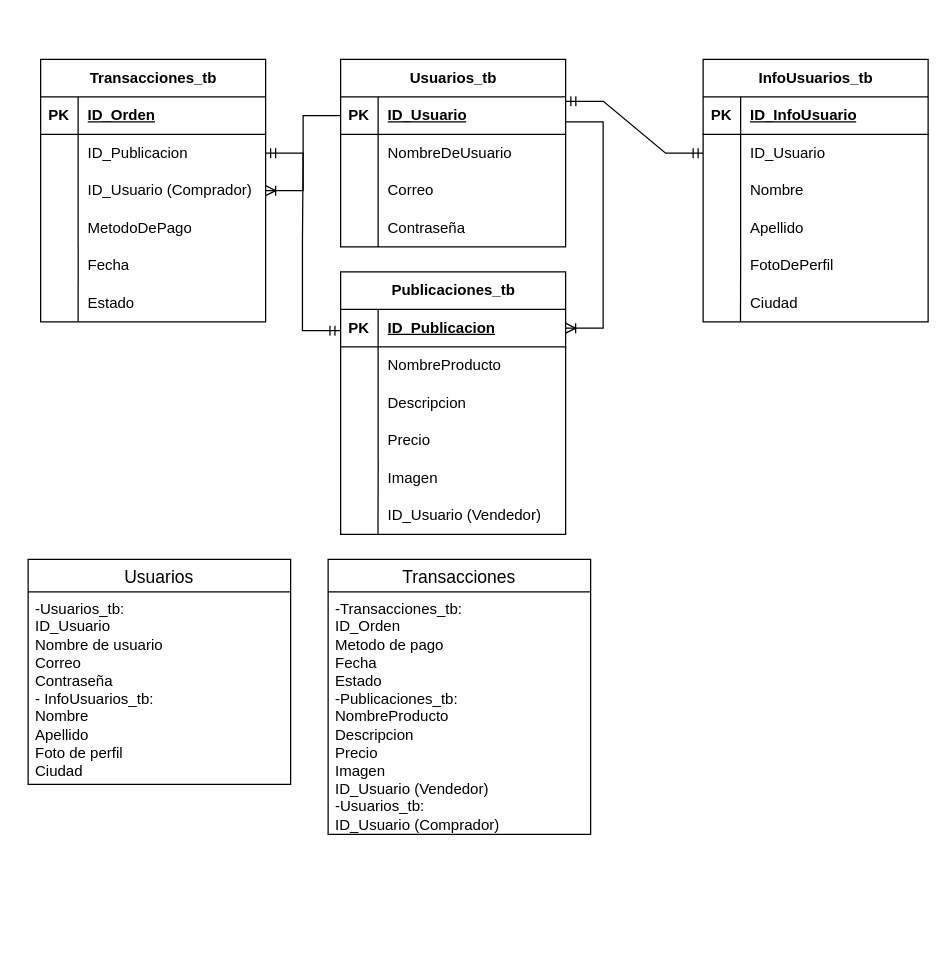
The draw.io diagram DiagramaBD_Feria.drawio in SantiagoLamot/FeriaOnline, before the edit. Source tidied: cells renumbered, new cells numbered last; positions are measured from the earlier drawing's top-left corner, leaving out a move shared by most shapes. Both pictures are drawn from the tidied source at 125%, with x=0, y=0 at pixel (28, 46).
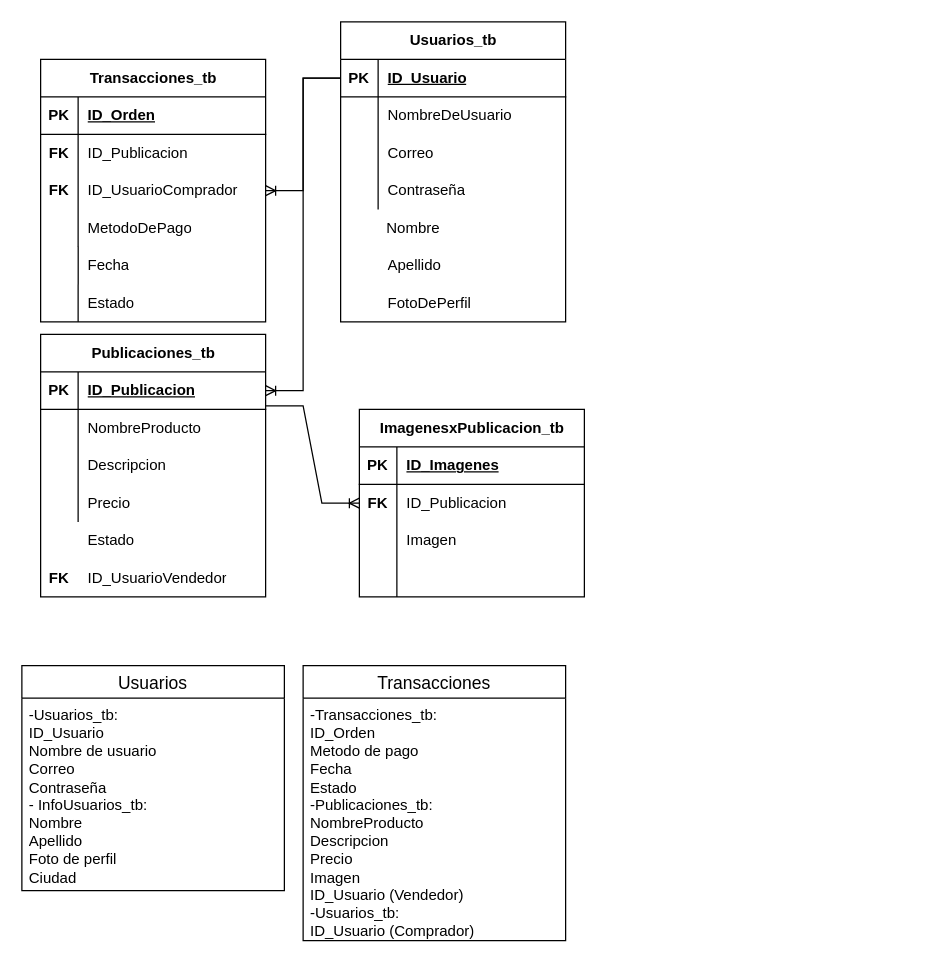
Above is the later version.

Commit message (it also covers changes not shown here):
Actualizacion de diagrama

Unchanged cells that the change refers to:
```xml
<mxCell id="3" style="shape=tableRow;horizontal=0;startSize=0;swimlaneHead=0;swimlaneBody=0;fillColor=none;points=[[0,0.5],[1,0.5]];portConstraint=eastwest;top=0;left=0;right=0;bottom=1;" parent="2" vertex="1">
  <mxGeometry y="30" width="180" height="30" as="geometry" />
</mxCell>
<mxCell id="15" style="shape=tableRow;horizontal=0;startSize=0;swimlaneHead=0;swimlaneBody=0;fillColor=none;points=[[0,0.5],[1,0.5]];portConstraint=eastwest;top=0;left=0;right=0;bottom=0;" parent="1" vertex="1">
  <mxGeometry x="250" y="330" width="180" height="30" as="geometry" />
</mxCell>
<mxCell id="18" style="shape=tableRow;horizontal=0;startSize=0;swimlaneHead=0;swimlaneBody=0;fillColor=none;points=[[0,0.5],[1,0.5]];portConstraint=eastwest;top=0;left=0;right=0;bottom=0;" parent="1" vertex="1">
  <mxGeometry x="250" y="360" width="180" height="30" as="geometry" />
</mxCell>
<mxCell id="26" style="shape=tableRow;horizontal=0;startSize=0;swimlaneHead=0;swimlaneBody=0;fillColor=none;points=[[0,0.5],[1,0.5]];portConstraint=eastwest;top=0;left=0;right=0;bottom=1;" parent="25" vertex="1">
  <mxGeometry y="30" width="180" height="30" as="geometry" />
</mxCell>
<mxCell id="41" style="shape=tableRow;horizontal=0;startSize=0;swimlaneHead=0;swimlaneBody=0;fillColor=none;points=[[0,0.5],[1,0.5]];portConstraint=eastwest;top=0;left=0;right=0;bottom=0;" parent="1" vertex="1">
  <mxGeometry x="250" y="200" width="180" height="30" as="geometry" />
</mxCell>
<mxCell id="56" style="shape=tableRow;horizontal=0;startSize=0;swimlaneHead=0;swimlaneBody=0;fillColor=none;points=[[0,0.5],[1,0.5]];portConstraint=eastwest;top=0;left=0;right=0;bottom=0;" parent="1" vertex="1">
  <mxGeometry x="540" y="160" width="180" height="30" as="geometry" />
</mxCell>
<mxCell id="59" style="shape=tableRow;horizontal=0;startSize=0;swimlaneHead=0;swimlaneBody=0;fillColor=none;points=[[0,0.5],[1,0.5]];portConstraint=eastwest;top=0;left=0;right=0;bottom=0;" parent="1" vertex="1">
  <mxGeometry x="540" y="190" width="180" height="30" as="geometry" />
</mxCell>
<mxCell id="75" style="shape=tableRow;horizontal=0;startSize=0;swimlaneHead=0;swimlaneBody=0;fillColor=none;points=[[0,0.5],[1,0.5]];portConstraint=eastwest;top=0;left=0;right=0;bottom=0;" parent="71" vertex="1">
  <mxGeometry y="60" width="180" height="30" as="geometry" />
</mxCell>
<mxCell id="78" style="shape=tableRow;horizontal=0;startSize=0;swimlaneHead=0;swimlaneBody=0;fillColor=none;points=[[0,0.5],[1,0.5]];portConstraint=eastwest;top=0;left=0;right=0;bottom=0;" parent="71" vertex="1">
  <mxGeometry y="90" width="180" height="30" as="geometry" />
</mxCell>
```

Diff of the diagram source:
```diff
@@
     <mxCell id="2" value="Publicaciones_tb" style="shape=table;startSize=30;childLayout=tableLayout;rowLines=0;fontStyle=1;align=center;html=1;" parent="1" vertex="1">
-      <mxGeometry x="250" y="180" width="180" height="210" as="geometry" />
+      <mxGeometry x="10" y="230" width="180" height="210" as="geometry" />
     </mxCell>
@@
-    <mxCell id="17" value="Imagen" style="shape=partialRectangle;fillColor=none;top=0;left=0;bottom=0;right=0;align=left;spacingLeft=6;overflow=hidden;whiteSpace=wrap;html=1;" parent="15" vertex="1">
+    <mxCell id="17" style="shape=partialRectangle;fillColor=none;top=0;left=0;bottom=0;right=0;align=left;spacingLeft=6;overflow=hidden;whiteSpace=wrap;html=1;" parent="15" vertex="1">
       <mxGeometry x="30" width="150" height="30" as="geometry" />
     </mxCell>
@@
-    <mxCell id="20" value="ID_Usuario (Vendedor)" style="shape=partialRectangle;fillColor=none;top=0;left=0;bottom=0;right=0;align=left;spacingLeft=6;overflow=hidden;whiteSpace=wrap;html=1;" parent="18" vertex="1">
-      <mxGeometry x="30" width="150" height="30" as="geometry" />
-    </mxCell>
@@
-    <mxCell id="24" style="endArrow=none;html=1;rounded=0;entryX=0.167;entryY=-0.002;entryDx=0;entryDy=0;entryPerimeter=0;exitX=0.166;exitY=0.998;exitDx=0;exitDy=0;exitPerimeter=0;" parent="1" edge="1" source="18" target="15">
-      <mxGeometry relative="1" as="geometry" />
-    </mxCell>
     <mxCell id="25" value="Usuarios_tb" style="shape=table;startSize=30;childLayout=tableLayout;rowLines=0;fontStyle=1;align=center;html=1;" parent="1" vertex="1">
-      <mxGeometry x="250" y="10" width="180" height="150" as="geometry" />
+      <mxGeometry x="250" y="-20" width="180" height="240" as="geometry" />
     </mxCell>
@@
-    <mxCell id="43" value="InfoUsuarios_tb" style="shape=table;startSize=30;childLayout=tableLayout;rowLines=0;fontStyle=1;align=center;html=1;" parent="1" vertex="1">
-      <mxGeometry x="540" y="10" width="180" height="210" as="geometry" />
-    </mxCell>
-    <mxCell id="44" style="shape=tableRow;horizontal=0;startSize=0;swimlaneHead=0;swimlaneBody=0;fillColor=none;top=0;left=0;right=0;bottom=1;" parent="43" vertex="1">
-      <mxGeometry y="30" width="180" height="30" as="geometry" />
-    </mxCell>
-    <mxCell id="45" value="PK" style="shape=partialRectangle;fillColor=none;top=0;left=0;bottom=0;right=0;fontStyle=1;overflow=hidden;whiteSpace=wrap;html=1;" parent="44" vertex="1">
-      <mxGeometry width="30" height="30" as="geometry" />
-    </mxCell>
-    <mxCell id="46" value="ID_InfoUsuario" style="shape=partialRectangle;fillColor=none;top=0;left=0;bottom=0;right=0;align=left;spacingLeft=6;fontStyle=5;overflow=hidden;whiteSpace=wrap;html=1;" parent="44" vertex="1">
-      <mxGeometry x="30" width="150" height="30" as="geometry" />
-    </mxCell>
-    <mxCell id="47" style="shape=tableRow;horizontal=0;startSize=0;swimlaneHead=0;swimlaneBody=0;fillColor=none;points=[[0,0.5],[1,0.5]];portConstraint=eastwest;top=0;left=0;right=0;bottom=0;" parent="43" vertex="1">
-      <mxGeometry y="60" width="180" height="30" as="geometry" />
-    </mxCell>
-    <mxCell id="48" style="shape=partialRectangle;fillColor=none;top=0;left=0;bottom=0;right=0;overflow=hidden;whiteSpace=wrap;html=1;" parent="47" vertex="1">
-      <mxGeometry width="30" height="30" as="geometry" />
-    </mxCell>
-    <mxCell id="49" value="ID_Usuario" style="shape=partialRectangle;fillColor=none;top=0;left=0;bottom=0;right=0;align=left;spacingLeft=6;overflow=hidden;whiteSpace=wrap;html=1;" parent="47" vertex="1">
-      <mxGeometry x="30" width="150" height="30" as="geometry" />
-    </mxCell>
-    <mxCell id="50" style="shape=tableRow;horizontal=0;startSize=0;swimlaneHead=0;swimlaneBody=0;fillColor=none;top=0;left=0;right=0;bottom=0;" parent="43" vertex="1">
-      <mxGeometry y="90" width="180" height="30" as="geometry" />
-    </mxCell>
-    <mxCell id="51" style="shape=partialRectangle;fillColor=none;top=0;left=0;bottom=0;right=0;overflow=hidden;whiteSpace=wrap;html=1;" parent="50" vertex="1">
-      <mxGeometry width="30" height="30" as="geometry" />
-    </mxCell>
-    <mxCell id="52" value="Nombre" style="shape=partialRectangle;fillColor=none;top=0;left=0;bottom=0;right=0;align=left;spacingLeft=6;overflow=hidden;whiteSpace=wrap;html=1;" parent="50" vertex="1">
-      <mxGeometry x="30" width="150" height="30" as="geometry" />
-    </mxCell>
-    <mxCell id="53" style="shape=tableRow;horizontal=0;startSize=0;swimlaneHead=0;swimlaneBody=0;fillColor=none;top=0;left=0;right=0;bottom=0;" parent="43" vertex="1">
-      <mxGeometry y="120" width="180" height="30" as="geometry" />
-    </mxCell>
-    <mxCell id="54" style="shape=partialRectangle;fillColor=none;top=0;left=0;bottom=0;right=0;overflow=hidden;whiteSpace=wrap;html=1;" parent="53" vertex="1">
-      <mxGeometry width="30" height="30" as="geometry" />
-    </mxCell>
-    <mxCell id="55" value="Apellido" style="shape=partialRectangle;fillColor=none;top=0;left=0;bottom=0;right=0;align=left;spacingLeft=6;overflow=hidden;whiteSpace=wrap;html=1;" parent="53" vertex="1">
-      <mxGeometry x="30" width="150" height="30" as="geometry" />
-    </mxCell>
@@
-    <mxCell id="58" value="FotoDePerfil" style="shape=partialRectangle;fillColor=none;top=0;left=0;bottom=0;right=0;align=left;spacingLeft=6;overflow=hidden;whiteSpace=wrap;html=1;" parent="56" vertex="1">
-      <mxGeometry x="30" width="150" height="30" as="geometry" />
-    </mxCell>
@@
-    <mxCell id="61" value="Ciudad" style="shape=partialRectangle;fillColor=none;top=0;left=0;bottom=0;right=0;align=left;spacingLeft=6;overflow=hidden;whiteSpace=wrap;html=1;" parent="59" vertex="1">
-      <mxGeometry x="30" width="150" height="30" as="geometry" />
-    </mxCell>
@@
-    <mxCell id="65" style="endArrow=none;html=1;rounded=0;entryX=0.167;entryY=-0.002;entryDx=0;entryDy=0;entryPerimeter=0;exitX=0.166;exitY=0.998;exitDx=0;exitDy=0;exitPerimeter=0;" parent="1" edge="1" source="59" target="56">
-      <mxGeometry relative="1" as="geometry" />
-    </mxCell>
@@
-    <mxCell id="69" style="edgeStyle=entityRelationEdgeStyle;fontSize=12;html=1;endArrow=ERmandOne;startArrow=ERmandOne;rounded=0;exitX=1.001;exitY=0.118;exitDx=0;exitDy=0;entryX=0;entryY=0.5;entryDx=0;entryDy=0;exitPerimeter=0;" parent="1" edge="1" source="26" target="47">
-      <mxGeometry relative="1" as="geometry" />
-    </mxCell>
-    <mxCell id="70" style="edgeStyle=entityRelationEdgeStyle;fontSize=12;html=1;endArrow=ERoneToMany;rounded=0;" parent="1" edge="1" target="3">
-      <mxGeometry relative="1" as="geometry">
-        <mxPoint x="430" y="60" as="sourcePoint" />
-      </mxGeometry>
+    <mxCell id="70" style="edgeStyle=entityRelationEdgeStyle;fontSize=12;html=1;endArrow=ERoneToMany;rounded=0;exitX=0;exitY=0.5;exitDx=0;exitDy=0;" parent="1" edge="1" source="26" target="3">
+      <mxGeometry relative="1" as="geometry" />
     </mxCell>
@@
-    <mxCell id="80" value="ID_Usuario (Comprador)" style="shape=partialRectangle;fillColor=none;top=0;left=0;bottom=0;right=0;align=left;spacingLeft=6;overflow=hidden;whiteSpace=wrap;html=1;" parent="78" vertex="1">
+    <mxCell id="80" value="ID_UsuarioComprador" style="shape=partialRectangle;fillColor=none;top=0;left=0;bottom=0;right=0;align=left;spacingLeft=6;overflow=hidden;whiteSpace=wrap;html=1;" parent="78" vertex="1">
       <mxGeometry x="30" width="150" height="30" as="geometry" />
     </mxCell>
@@
-    <mxCell id="94" style="edgeStyle=entityRelationEdgeStyle;fontSize=12;html=1;endArrow=ERmandOne;startArrow=ERmandOne;rounded=0;exitX=-0.003;exitY=0.9;exitDx=0;exitDy=0;exitPerimeter=0;entryX=1;entryY=0.5;entryDx=0;entryDy=0;" parent="1" edge="1" source="41" target="75">
-      <mxGeometry relative="1" as="geometry" />
-    </mxCell>
@@
     <mxCell id="96" value="Usuarios" style="swimlane;fontStyle=0;horizontal=1;startSize=26;align=center;fontSize=14;" parent="1" vertex="1">
-      <mxGeometry y="410" width="210" height="180" as="geometry" />
+      <mxGeometry x="-5" y="495" width="210" height="180" as="geometry" />
     </mxCell>
@@
     <mxCell id="98" value="Transacciones" style="swimlane;fontStyle=0;horizontal=1;startSize=26;align=center;fontSize=14;" parent="1" vertex="1">
-      <mxGeometry x="240" y="410" width="210" height="220" as="geometry" />
+      <mxGeometry x="220" y="495" width="210" height="220" as="geometry" />
     </mxCell>
@@
+    <mxCell id="100" value="ImagenesxPublicacion_tb" style="shape=table;startSize=30;childLayout=tableLayout;rowLines=0;fontStyle=1;align=center;html=1;" parent="1" vertex="1">
+      <mxGeometry x="265" y="290" width="180" height="150" as="geometry" />
+    </mxCell>
+    <mxCell id="44" style="shape=tableRow;horizontal=0;startSize=0;swimlaneHead=0;swimlaneBody=0;fillColor=none;top=0;left=0;right=0;bottom=1;" parent="100" vertex="1">
+      <mxGeometry y="30" width="180" height="30" as="geometry" />
+    </mxCell>
+    <mxCell id="45" value="PK" style="shape=partialRectangle;fillColor=none;top=0;left=0;bottom=0;right=0;fontStyle=1;overflow=hidden;whiteSpace=wrap;html=1;" parent="44" vertex="1">
+      <mxGeometry width="30" height="30" as="geometry" />
+    </mxCell>
+    <mxCell id="101" value="ID_Imagenes" style="shape=partialRectangle;fillColor=none;top=0;left=0;bottom=0;right=0;align=left;spacingLeft=6;fontStyle=5;overflow=hidden;whiteSpace=wrap;html=1;" parent="44" vertex="1">
+      <mxGeometry x="30" width="150" height="30" as="geometry" />
+    </mxCell>
+    <mxCell id="47" style="shape=tableRow;horizontal=0;startSize=0;swimlaneHead=0;swimlaneBody=0;fillColor=none;points=[[0,0.5],[1,0.5]];portConstraint=eastwest;top=0;left=0;right=0;bottom=0;" parent="100" vertex="1">
+      <mxGeometry y="60" width="180" height="30" as="geometry" />
+    </mxCell>
+    <mxCell id="102" style="shape=partialRectangle;fillColor=none;top=0;left=0;bottom=0;right=0;overflow=hidden;whiteSpace=wrap;html=1;" parent="47" vertex="1">
+      <mxGeometry width="30" height="30" as="geometry" />
+    </mxCell>
+    <mxCell id="103" value="ID_Publicacion" style="shape=partialRectangle;fillColor=none;top=0;left=0;bottom=0;right=0;align=left;spacingLeft=6;overflow=hidden;whiteSpace=wrap;html=1;" parent="47" vertex="1">
+      <mxGeometry x="30" width="150" height="30" as="geometry" />
+    </mxCell>
+    <mxCell id="50" style="shape=tableRow;horizontal=0;startSize=0;swimlaneHead=0;swimlaneBody=0;fillColor=none;top=0;left=0;right=0;bottom=0;" parent="100" vertex="1">
+      <mxGeometry y="90" width="180" height="30" as="geometry" />
+    </mxCell>
+    <mxCell id="104" style="shape=partialRectangle;fillColor=none;top=0;left=0;bottom=0;right=0;overflow=hidden;whiteSpace=wrap;html=1;" parent="50" vertex="1">
+      <mxGeometry width="30" height="30" as="geometry" />
+    </mxCell>
+    <mxCell id="105" value="Imagen" style="shape=partialRectangle;fillColor=none;top=0;left=0;bottom=0;right=0;align=left;spacingLeft=6;overflow=hidden;whiteSpace=wrap;html=1;" parent="50" vertex="1">
+      <mxGeometry x="30" width="150" height="30" as="geometry" />
+    </mxCell>
+    <mxCell id="53" style="shape=tableRow;horizontal=0;startSize=0;swimlaneHead=0;swimlaneBody=0;fillColor=none;top=0;left=0;right=0;bottom=0;" parent="100" vertex="1">
+      <mxGeometry y="120" width="180" height="30" as="geometry" />
+    </mxCell>
+    <mxCell id="106" style="shape=partialRectangle;fillColor=none;top=0;left=0;bottom=0;right=0;overflow=hidden;whiteSpace=wrap;html=1;" parent="53" vertex="1">
+      <mxGeometry width="30" height="30" as="geometry" />
+    </mxCell>
+    <mxCell id="107" style="shape=partialRectangle;fillColor=none;top=0;left=0;bottom=0;right=0;align=left;spacingLeft=6;overflow=hidden;whiteSpace=wrap;html=1;" parent="53" vertex="1">
+      <mxGeometry x="30" width="150" height="30" as="geometry" />
+    </mxCell>
+    <mxCell id="20" value="ID_UsuarioVendedor" style="shape=partialRectangle;fillColor=none;top=0;left=0;bottom=0;right=0;align=left;spacingLeft=6;overflow=hidden;whiteSpace=wrap;html=1;" parent="1" vertex="1">
+      <mxGeometry x="40" y="410" width="148" height="30" as="geometry" />
+    </mxCell>
+    <mxCell id="108" style="edgeStyle=entityRelationEdgeStyle;fontSize=12;html=1;endArrow=ERoneToMany;rounded=0;entryX=0;entryY=0.5;entryDx=0;entryDy=0;exitX=1;exitY=0.905;exitDx=0;exitDy=0;exitPerimeter=0;" parent="1" edge="1" source="3" target="47">
+      <mxGeometry relative="1" as="geometry">
+        <Array as="points">
+          <mxPoint x="210" y="310" />
+        </Array>
+      </mxGeometry>
+    </mxCell>
+    <mxCell id="52" value="Nombre" style="shape=partialRectangle;fillColor=none;top=0;left=0;bottom=0;right=0;align=left;spacingLeft=6;overflow=hidden;whiteSpace=wrap;html=1;" parent="1" vertex="1">
+      <mxGeometry x="279" y="130" width="150" height="30" as="geometry" />
+    </mxCell>
+    <mxCell id="55" value="Apellido" style="shape=partialRectangle;fillColor=none;top=0;left=0;bottom=0;right=0;align=left;spacingLeft=6;overflow=hidden;whiteSpace=wrap;html=1;" parent="1" vertex="1">
+      <mxGeometry x="280" y="160" width="150" height="30" as="geometry" />
+    </mxCell>
+    <mxCell id="58" value="FotoDePerfil" style="shape=partialRectangle;fillColor=none;top=0;left=0;bottom=0;right=0;align=left;spacingLeft=6;overflow=hidden;whiteSpace=wrap;html=1;" parent="1" vertex="1">
+      <mxGeometry x="280" y="190" width="150" height="30" as="geometry" />
+    </mxCell>
+    <mxCell id="109" value="FK" style="shape=partialRectangle;fillColor=none;top=0;left=0;bottom=0;right=0;fontStyle=1;overflow=hidden;whiteSpace=wrap;html=1;" parent="1" vertex="1">
+      <mxGeometry x="265" y="350" width="30" height="30" as="geometry" />
+    </mxCell>
+    <mxCell id="110" value="FK" style="shape=partialRectangle;fillColor=none;top=0;left=0;bottom=0;right=0;fontStyle=1;overflow=hidden;whiteSpace=wrap;html=1;" parent="1" vertex="1">
+      <mxGeometry x="10" y="410" width="30" height="30" as="geometry" />
+    </mxCell>
+    <mxCell id="111" value="FK" style="shape=partialRectangle;fillColor=none;top=0;left=0;bottom=0;right=0;fontStyle=1;overflow=hidden;whiteSpace=wrap;html=1;" parent="1" vertex="1">
+      <mxGeometry x="10" y="70" width="30" height="30" as="geometry" />
+    </mxCell>
+    <mxCell id="112" value="FK" style="shape=partialRectangle;fillColor=none;top=0;left=0;bottom=0;right=0;fontStyle=1;overflow=hidden;whiteSpace=wrap;html=1;" parent="1" vertex="1">
+      <mxGeometry x="10" y="100" width="30" height="30" as="geometry" />
+    </mxCell>
+    <mxCell id="113" value="Estado" style="shape=partialRectangle;fillColor=none;top=0;left=0;bottom=0;right=0;align=left;spacingLeft=6;overflow=hidden;whiteSpace=wrap;html=1;" parent="1" vertex="1">
+      <mxGeometry x="40" y="380" width="150" height="30" as="geometry" />
+    </mxCell>
```
